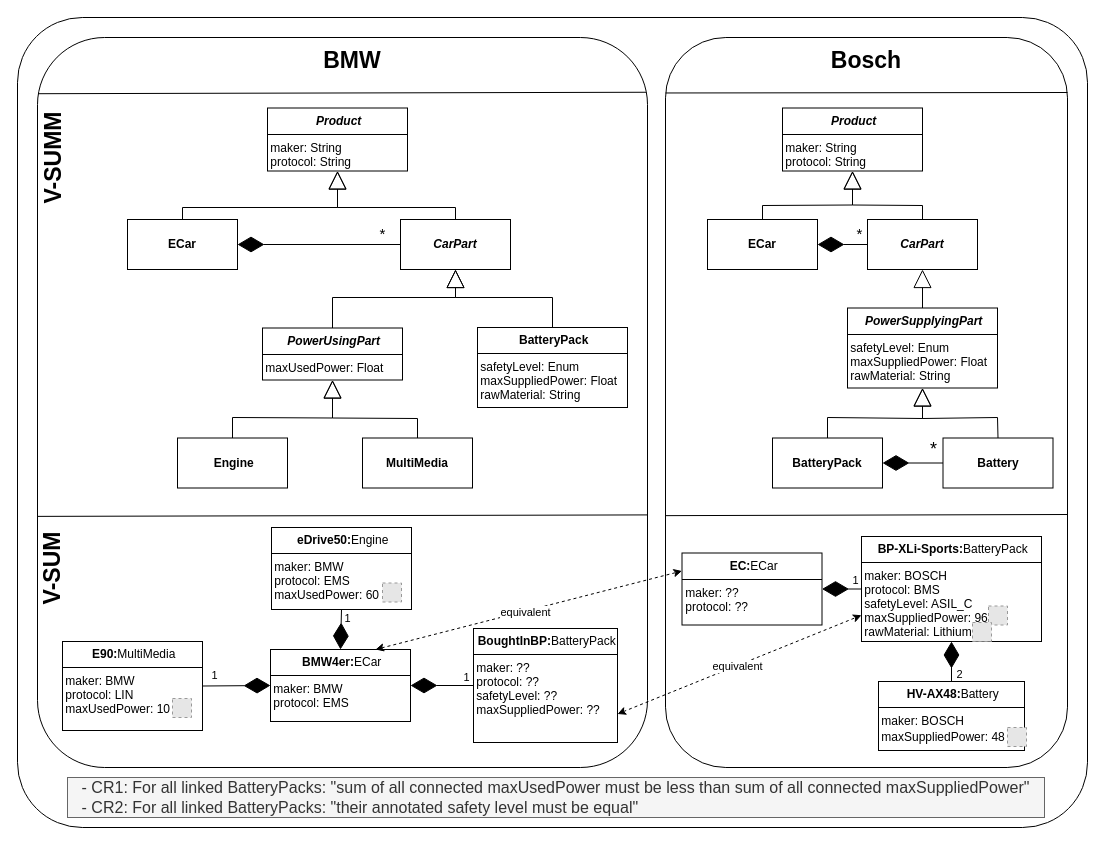
This is B01-MVE-Poster.drawio from Mohammad-Si/convide-B01-MVE, a draw.io file, before an edit. Source tidied: cells renumbered, new cells numbered last; positions are measured from the earlier drawing's top-left corner, leaving out a move shared by most shapes. Both pictures are drawn from the tidied source at 100%, with x=0, y=0 at pixel (17, 17). Pictures stored in the file or linked from it are replaced by grey dashed boxes.
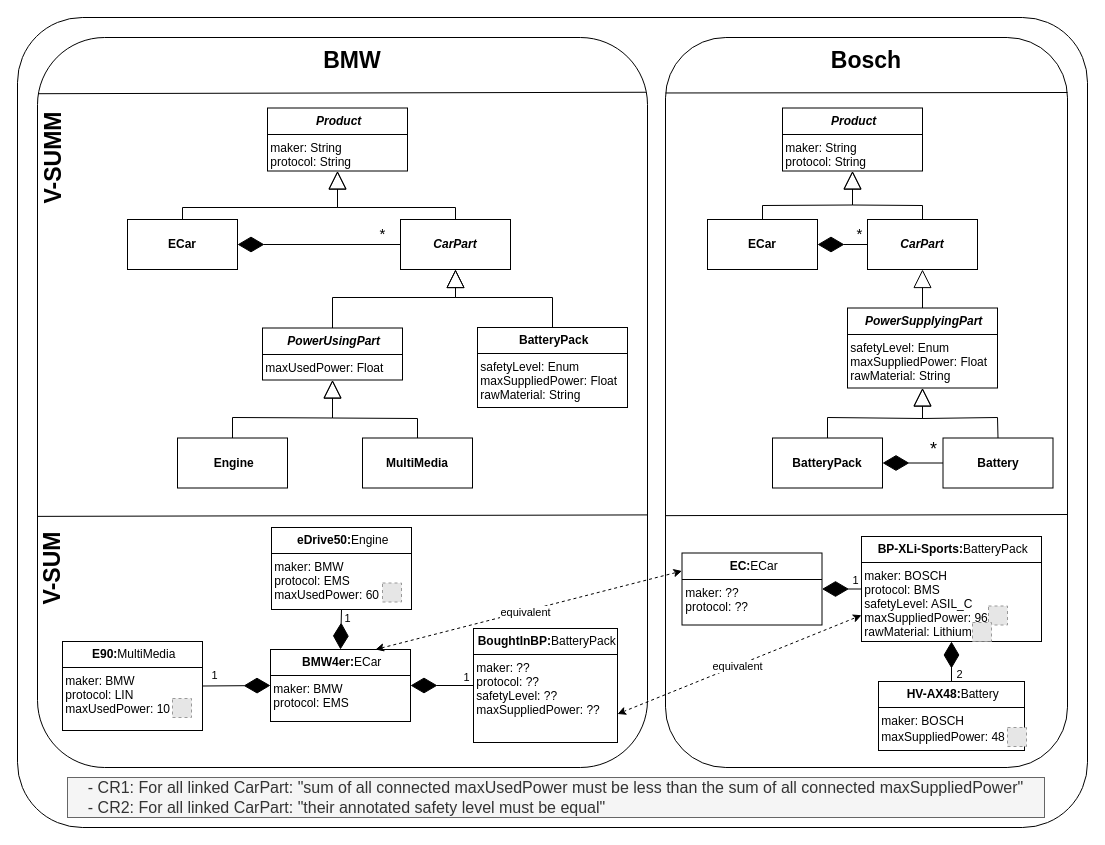
Above is the later version.

Diff of the diagram source:
```diff
@@
-    <mxCell id="65" value="&lt;span style=&quot;color: rgb(51, 51, 51); text-align: left;&quot;&gt;- CR1: For all linked BatteryPacks: &quot;sum of all connected maxUsedPower must be less than sum of all connected maxSuppliedPower&quot;&lt;/span&gt;&lt;div style=&quot;color: rgb(51, 51, 51); text-align: left;&quot;&gt;- CR2:&amp;nbsp;&lt;span style=&quot;background-color: initial;&quot;&gt;For all linked BatteryPacks:&lt;/span&gt;&lt;span style=&quot;background-color: initial;&quot;&gt;&amp;nbsp;&quot;their annotated safety level must be equal&quot;&lt;/span&gt;&lt;/div&gt;" style="text;html=1;align=center;verticalAlign=middle;whiteSpace=wrap;rounded=0;fontSize=16;fillColor=#f5f5f5;fontColor=#333333;strokeColor=#666666;" parent="1" vertex="1">
+    <mxCell id="65" value="&lt;span style=&quot;color: rgb(51, 51, 51); text-align: left;&quot;&gt;- CR1: For all linked CarPart: &quot;sum of all connected maxUsedPower must be less than the sum of all connected maxSuppliedPower&quot;&lt;/span&gt;&lt;div style=&quot;color: rgb(51, 51, 51); text-align: left;&quot;&gt;- CR2:&amp;nbsp;&lt;span style=&quot;background-color: initial;&quot;&gt;For all linked&amp;nbsp;&lt;/span&gt;CarPart&lt;span style=&quot;background-color: initial;&quot;&gt;:&lt;/span&gt;&lt;span style=&quot;background-color: initial;&quot;&gt;&amp;nbsp;&quot;their annotated safety level must be equal&quot;&lt;/span&gt;&lt;/div&gt;" style="text;html=1;align=center;verticalAlign=middle;whiteSpace=wrap;rounded=0;fontSize=16;fillColor=#f5f5f5;fontColor=#333333;strokeColor=#666666;" parent="1" vertex="1">
       <mxGeometry x="50" y="760" width="977" height="40" as="geometry" />
     </mxCell>
```
